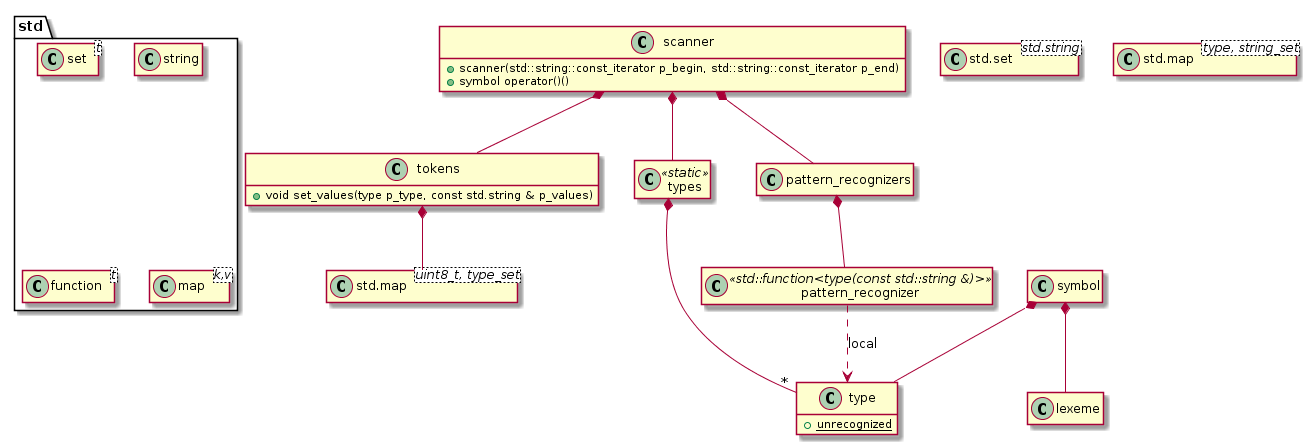
Earlier version of the PlantUML export code/interpreter/document/classes.png (rodrigocanellas/tenacitas).
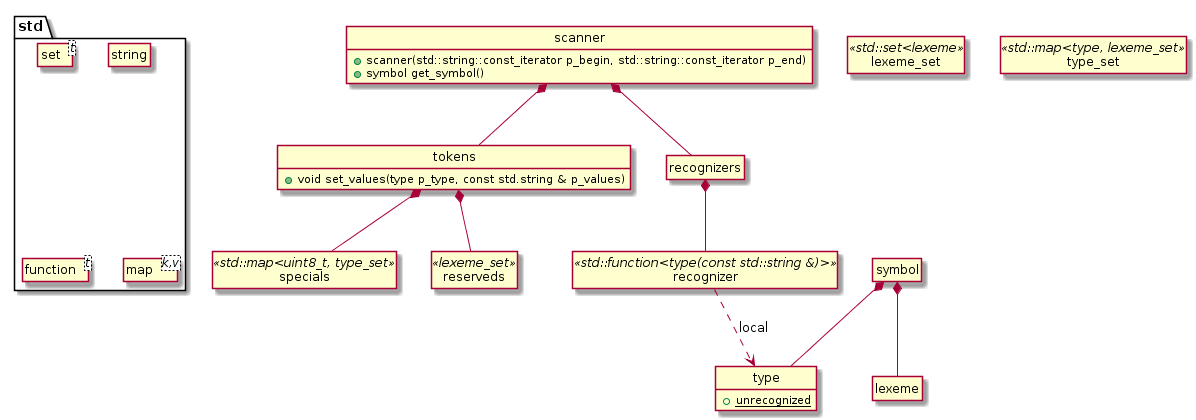
After the change.

Commit message:
designing 'reserveds'

Diff of the diagram source:
```diff
@@ -1,7 +1,7 @@
 @startuml
 
 hide empty members
-
+hide circle
 allow_mixing
 
 namespace std {
@@ -13,11 +13,10 @@
 
 class scanner {
     + scanner(std::string::const_iterator p_begin, std::string::const_iterator p_end)
-    + symbol operator()()
+    + symbol get_symbol()
 }
 class symbol
 class lexeme
-
 
 class tokens {
     + void set_values(type p_type, const std.string & p_values)
@@ -25,28 +24,28 @@
 class type {
     + {static} unrecognized
 }
-class types <<static>>
 
-class "std.set<std.string>" as string_set
-class "std.map<type, string_set>" as type_set
-class "std.map<uint8_t, type_set>" as token_set
+class lexeme_set <<std::set<lexeme>>
+class type_set <<std::map<type, lexeme_set>>>
+class specials <<std::map<uint8_t, type_set>>>
+class reserveds <<lexeme_set>>
 
-class pattern_recognizers
-class pattern_recognizer <<std::function<type(const std::string &)> >>
+class recognizers
+class recognizer <<std::function<type(const std::string &)> >>
 
-pattern_recognizers *-- pattern_recognizer
+recognizers *-- recognizer
 
-pattern_recognizer ..> type : local
+recognizer ..> type : local
 
-types *-- "*" type
-
-tokens *--  token_set
+tokens *-- specials
+tokens *-- reserveds
 
 symbol *-- lexeme
 symbol *-- type
 
-scanner *-- types
 scanner *-- tokens
-scanner *-- pattern_recognizers
+scanner *-- recognizers
+
+
 
 @enduml
```
